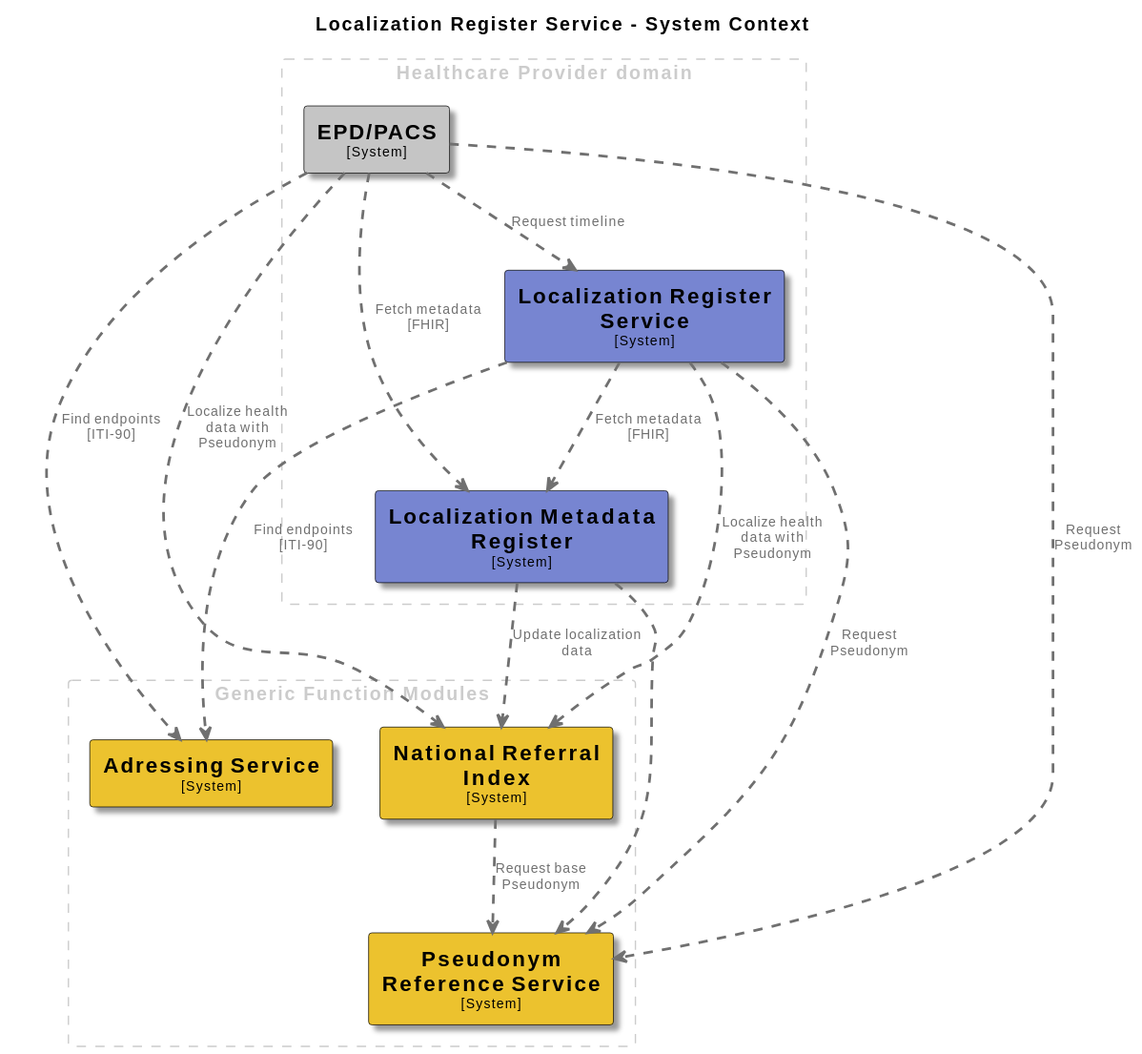
Above: docs/images/structurizr-Architecture.svg in minvws/gfmodules-coordination (PlantUML), before the change.
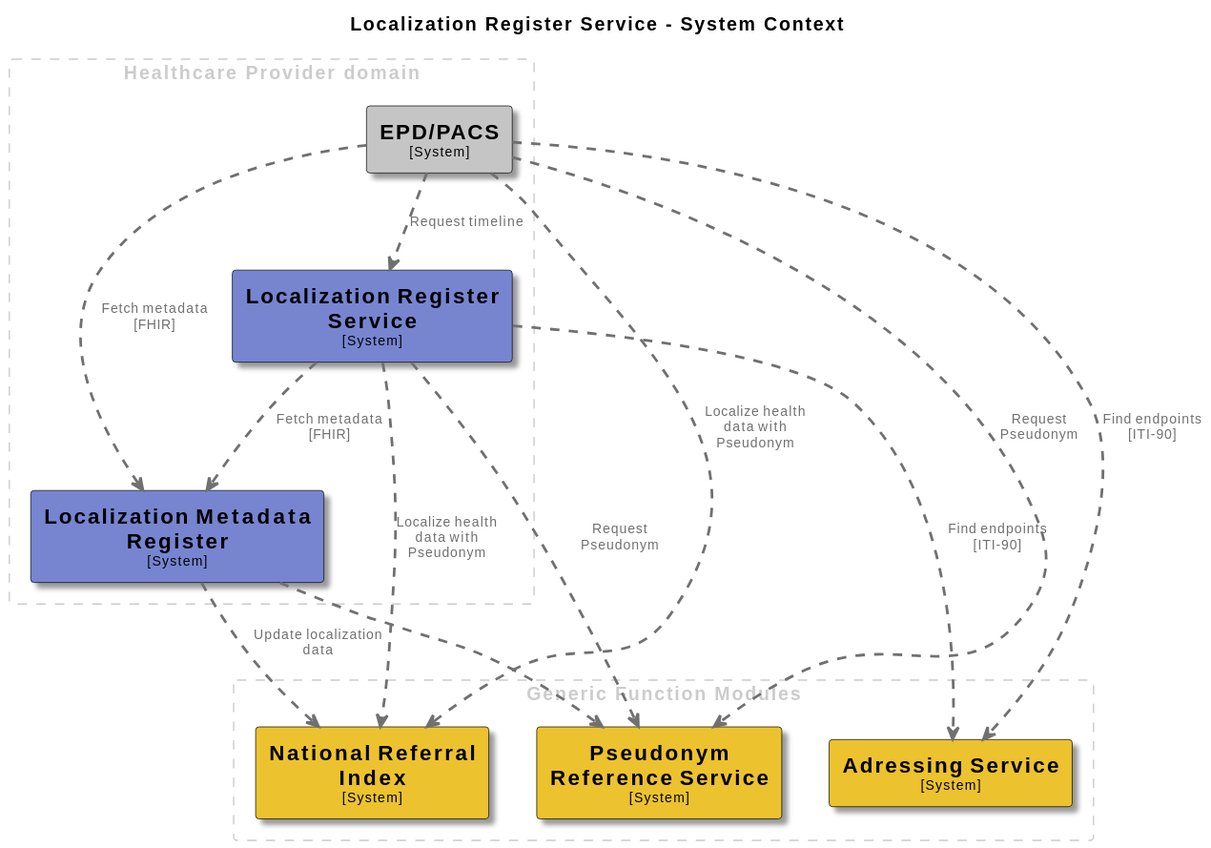
The same diagram one commit later.

Diff of the diagram source:
```diff
@@ -72,7 +72,6 @@
 
 
 LocalizationMetadataRegister .[#707070,thickness=2].> NationalReferralIndex : "<color:#707070>Update localization data"
-NationalReferralIndex .[#707070,thickness=2].> PseudonymReferenceService : "<color:#707070>Request base Pseudonym"
 LocalizationMetadataRegister .[#707070,thickness=2].> PseudonymReferenceService : "<color:#707070>"
 LocalizationRegisterService .[#707070,thickness=2].> PseudonymReferenceService : "<color:#707070>Request Pseudonym"
 LocalizationRegisterService .[#707070,thickness=2].> NationalReferralIndex : "<color:#707070>Localize health data with Pseudonym"
```
